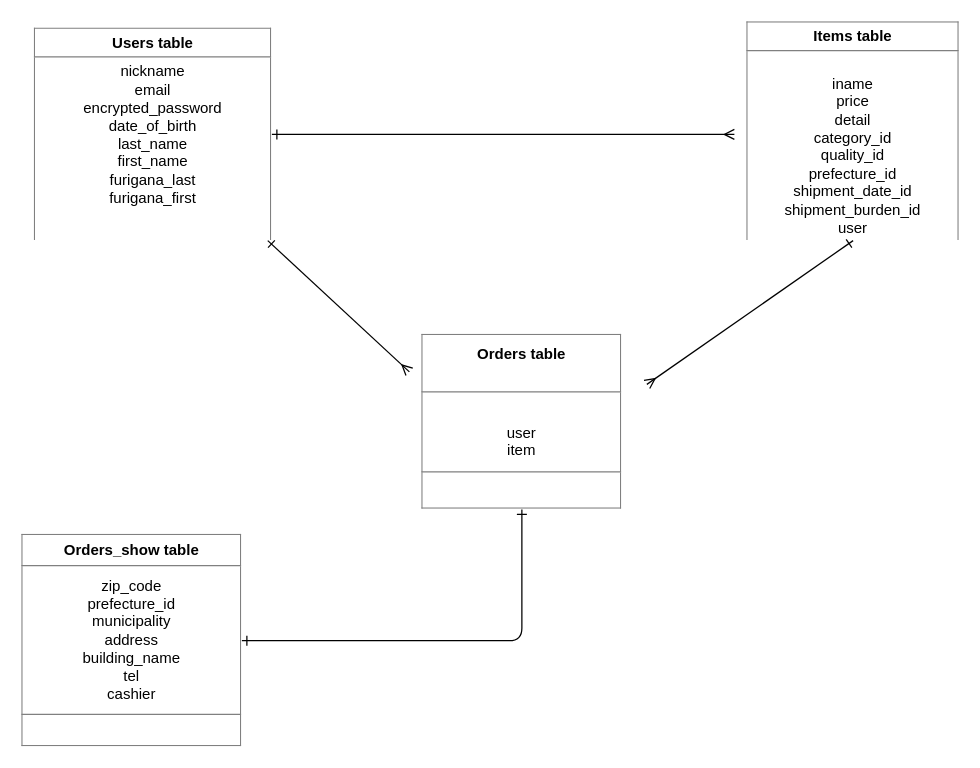
Above: furima.dio in haruna666/furima-31738 (draw.io), before the change. Source tidied: cells renumbered, new cells numbered last; positions are measured from the earlier drawing's top-left corner, leaving out a move shared by most shapes. Both pictures are drawn from the tidied source at 125%, with x=0, y=0 at pixel (21, 21).
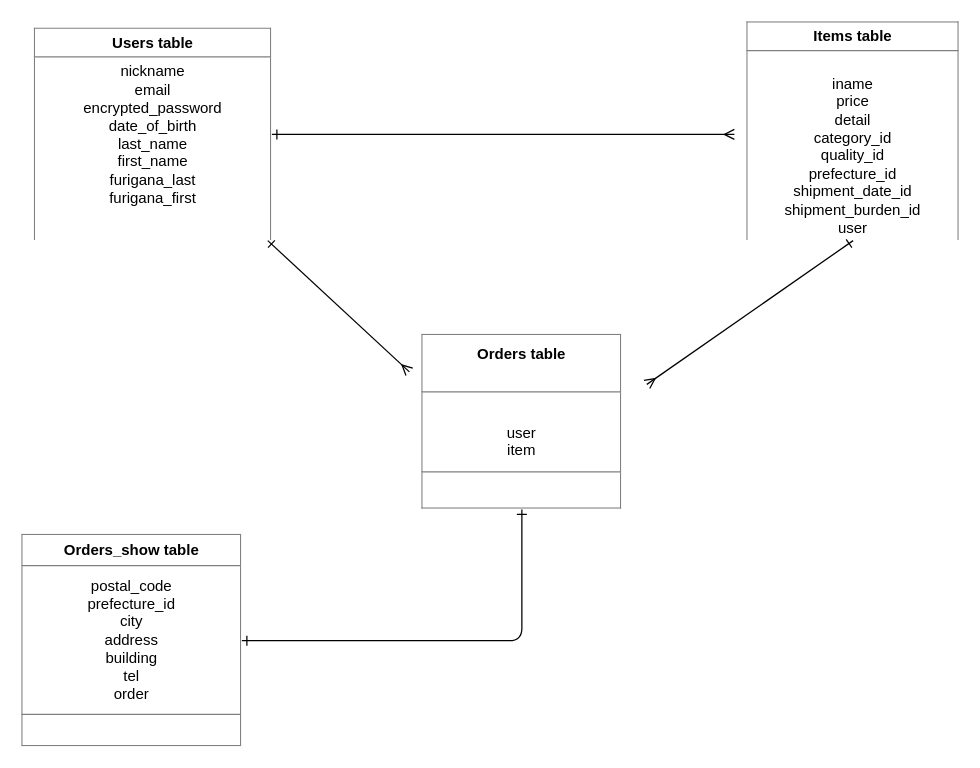
The same page after the edit.

What changed in the source:
```diff
@@
 <mxGraphModel>
   <root>
     <mxCell id="0" />
     <mxCell id="1" parent="0" />
     <mxCell id="2" style="edgeStyle=none;rounded=1;jettySize=auto;html=1;endArrow=ERmany;endFill=0;startArrow=ERone;startFill=0;" parent="1" edge="1" source="4">
       <mxGeometry relative="1" as="geometry">
         <mxPoint x="570" y="90" as="targetPoint" />
       </mxGeometry>
     </mxCell>
     <mxCell id="3" style="edgeStyle=none;rounded=1;jettySize=auto;html=1;startArrow=ERone;startFill=0;endArrow=ERmany;endFill=0;" parent="1" edge="1" source="4">
       <mxGeometry relative="1" as="geometry">
         <mxPoint x="310" y="280" as="targetPoint" />
       </mxGeometry>
     </mxCell>
     <mxCell id="4" value="&lt;table border=&quot;1&quot; width=&quot;100%&quot; cellpadding=&quot;4&quot; style=&quot;width: 100% ; height: 100% ; border-collapse: collapse&quot;&gt;&lt;tbody&gt;&lt;tr&gt;&lt;th align=&quot;center&quot;&gt;Users table&lt;/th&gt;&lt;/tr&gt;&lt;tr&gt;&lt;td align=&quot;center&quot;&gt;nickname&lt;br&gt;email&lt;br&gt;encrypted_password&lt;br&gt;date_of_birth&lt;br&gt;last_name&lt;br&gt;first_name&lt;br&gt;furigana_last&lt;br&gt;furigana_first&lt;br&gt;&lt;br&gt;&lt;br&gt;&lt;/td&gt;&lt;/tr&gt;&lt;tr&gt;&lt;td&gt;&lt;div style=&quot;text-align: center&quot;&gt;&lt;br&gt;&lt;/div&gt;&lt;/td&gt;&lt;/tr&gt;&lt;/tbody&gt;&lt;/table&gt;" style="text;html=1;strokeColor=none;fillColor=none;overflow=fill;" parent="1" vertex="1">
       <mxGeometry x="10" y="5" width="190" height="170" as="geometry" />
     </mxCell>
     <mxCell id="5" style="edgeStyle=none;rounded=1;jettySize=auto;html=1;exitX=0.5;exitY=1;exitDx=0;exitDy=0;startArrow=ERone;startFill=0;endArrow=ERmany;endFill=0;" parent="1" edge="1" source="6">
       <mxGeometry relative="1" as="geometry">
         <mxPoint x="500" y="290" as="targetPoint" />
       </mxGeometry>
     </mxCell>
     <mxCell id="6" value="&lt;table border=&quot;1&quot; width=&quot;100%&quot; cellpadding=&quot;4&quot; style=&quot;width: 100% ; height: 100% ; border-collapse: collapse&quot;&gt;&lt;tbody&gt;&lt;tr&gt;&lt;th align=&quot;center&quot;&gt;Items table&lt;/th&gt;&lt;/tr&gt;&lt;tr&gt;&lt;td align=&quot;center&quot;&gt;&lt;br&gt;iname&lt;br&gt;price&lt;br&gt;detail&lt;br&gt;category_id&lt;br&gt;quality_id&lt;br&gt;prefecture_id&lt;br&gt;shipment_date_id&lt;br&gt;shipment_burden_id&lt;br&gt;user&lt;br&gt;&lt;br&gt;&lt;/td&gt;&lt;/tr&gt;&lt;tr&gt;&lt;td align=&quot;center&quot;&gt;&lt;br&gt;&lt;/td&gt;&lt;/tr&gt;&lt;/tbody&gt;&lt;/table&gt;" style="text;html=1;strokeColor=none;fillColor=none;overflow=fill;" parent="1" vertex="1">
       <mxGeometry x="580" width="170" height="175" as="geometry" />
     </mxCell>
     <mxCell id="7" style="edgeStyle=orthogonalEdgeStyle;rounded=1;jettySize=auto;html=1;exitX=1;exitY=0.5;exitDx=0;exitDy=0;entryX=0.5;entryY=1;entryDx=0;entryDy=0;startArrow=ERone;startFill=0;endArrow=ERone;endFill=0;" parent="1" edge="1" source="8" target="9">
       <mxGeometry relative="1" as="geometry" />
     </mxCell>
-    <mxCell id="8" value="&lt;table border=&quot;1&quot; width=&quot;100%&quot; cellpadding=&quot;4&quot; style=&quot;width: 100% ; height: 100% ; border-collapse: collapse&quot;&gt;&lt;tbody&gt;&lt;tr&gt;&lt;th align=&quot;center&quot;&gt;Orders_show table&lt;/th&gt;&lt;/tr&gt;&lt;tr&gt;&lt;td align=&quot;center&quot;&gt;zip_code&lt;br&gt;prefecture_id&lt;br&gt;municipality&lt;br&gt;address&lt;br&gt;building_name&lt;br&gt;tel&lt;br&gt;cashier&lt;/td&gt;&lt;/tr&gt;&lt;tr&gt;&lt;td align=&quot;center&quot;&gt;&lt;br&gt;&lt;/td&gt;&lt;/tr&gt;&lt;/tbody&gt;&lt;/table&gt;" style="text;html=1;strokeColor=none;fillColor=none;overflow=fill;" parent="1" vertex="1">
+    <mxCell id="8" value="&lt;table border=&quot;1&quot; width=&quot;100%&quot; cellpadding=&quot;4&quot; style=&quot;width: 100% ; height: 100% ; border-collapse: collapse&quot;&gt;&lt;tbody&gt;&lt;tr&gt;&lt;th align=&quot;center&quot;&gt;Orders_show table&lt;/th&gt;&lt;/tr&gt;&lt;tr&gt;&lt;td align=&quot;center&quot;&gt;postal_code&lt;br&gt;prefecture_id&lt;br&gt;city&lt;br&gt;address&lt;br&gt;building&lt;br&gt;tel&lt;br&gt;order&lt;/td&gt;&lt;/tr&gt;&lt;tr&gt;&lt;td align=&quot;center&quot;&gt;&lt;br&gt;&lt;/td&gt;&lt;/tr&gt;&lt;/tbody&gt;&lt;/table&gt;" style="text;html=1;strokeColor=none;fillColor=none;overflow=fill;" parent="1" vertex="1">
       <mxGeometry y="410" width="176" height="170" as="geometry" />
     </mxCell>
     <mxCell id="9" value="&lt;table border=&quot;1&quot; width=&quot;100%&quot; cellpadding=&quot;4&quot; style=&quot;width: 100% ; height: 100% ; border-collapse: collapse&quot;&gt;&lt;tbody&gt;&lt;tr&gt;&lt;th align=&quot;center&quot;&gt;Orders table&lt;br&gt;&lt;br&gt;&lt;/th&gt;&lt;/tr&gt;&lt;tr&gt;&lt;td align=&quot;center&quot;&gt;&lt;br&gt;user&lt;br&gt;item&lt;/td&gt;&lt;/tr&gt;&lt;tr&gt;&lt;td align=&quot;center&quot;&gt;&lt;br&gt;&lt;/td&gt;&lt;/tr&gt;&lt;/tbody&gt;&lt;/table&gt;" style="text;html=1;strokeColor=none;fillColor=none;overflow=fill;" parent="1" vertex="1">
       <mxGeometry x="320" y="250" width="160" height="140" as="geometry" />
     </mxCell>
   </root>
 </mxGraphModel>
```
